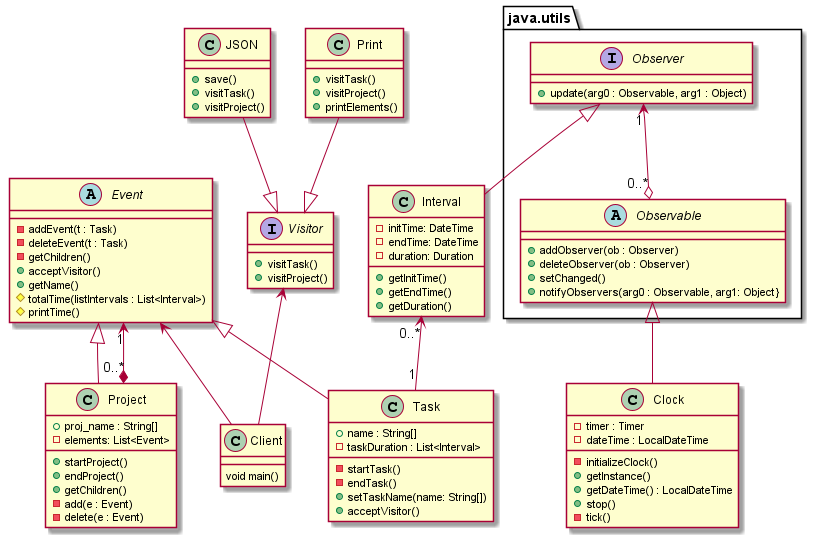
Before: Class_diag.png, a diagram exported from PlantUML (guillem-martinez/DS-Projecte).
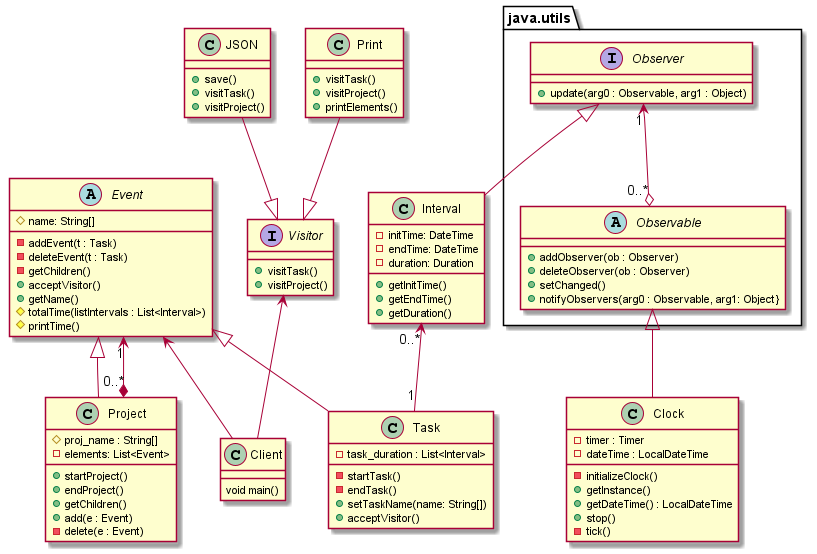
Later version of the same file.

Change to the diagram source:
```diff
@@ -2,18 +2,17 @@
 
 
 class Project{
-+ proj_name : String[]
+# proj_name : String[]
 - elements: List<Event>
 + startProject()
 + endProject()
 + getChildren()
-- add(e : Event)
++ add(e : Event)
 - delete(e : Event)
 }
 
 class Task{
-+ name : String[]
-- taskDuration : List<Interval>
+- task_duration : List<Interval>
 - startTask()
 - endTask()
 + setTaskName(name: String[])
@@ -21,6 +20,7 @@
 }
 
 abstract Event{
+# name: String[]
 - addEvent(t : Task)
 - deleteEvent(t : Task)
 - getChildren()
```
